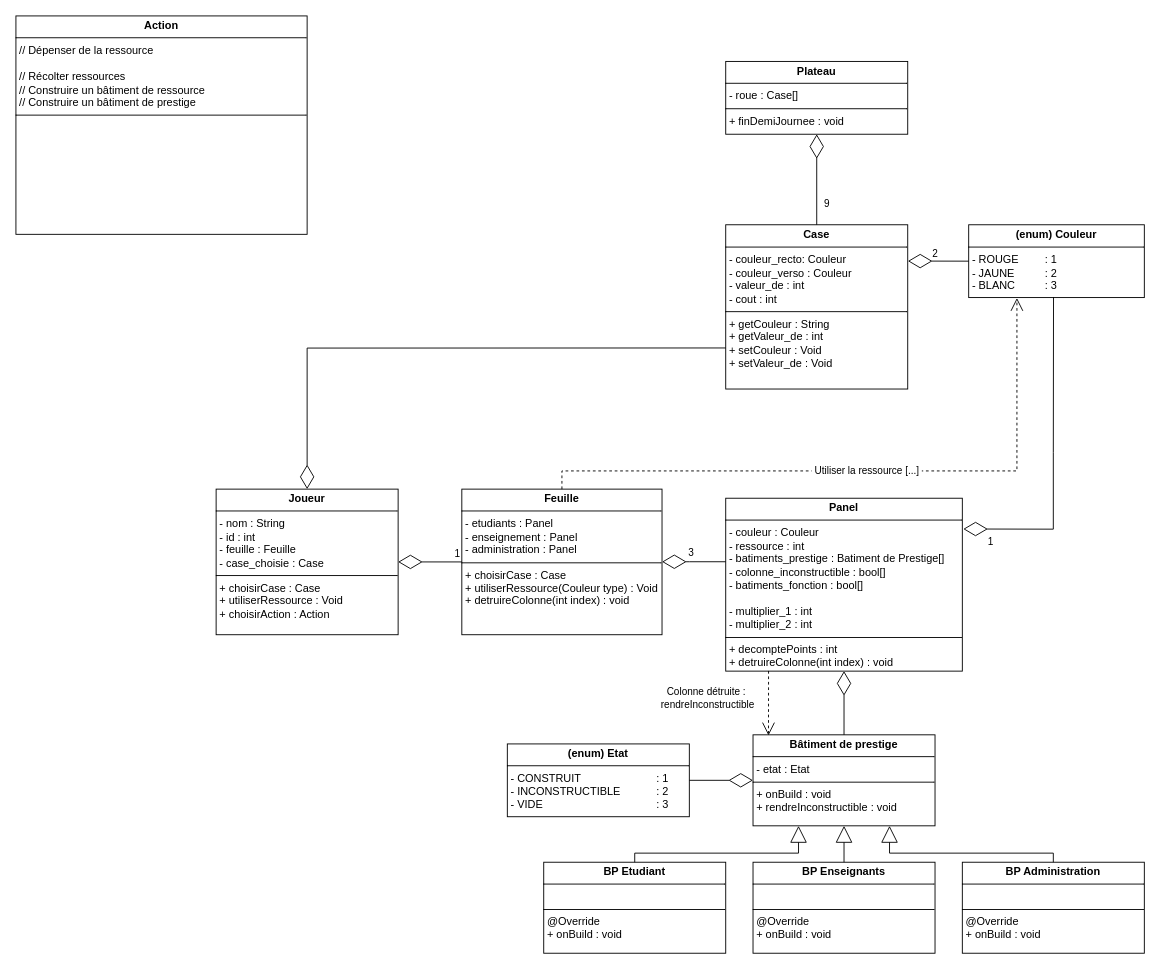
Before: diagrammeClassTroyes-Dice.drawio in AntoineMilochevitch/Troyes-Dice, a draw.io diagram. Source tidied: cells renumbered, new cells numbered last; positions are measured from the earlier drawing's top-left corner, leaving out a move shared by most shapes. Both pictures are drawn from the tidied source at 91%, with x=0, y=0 at pixel (15, 15).
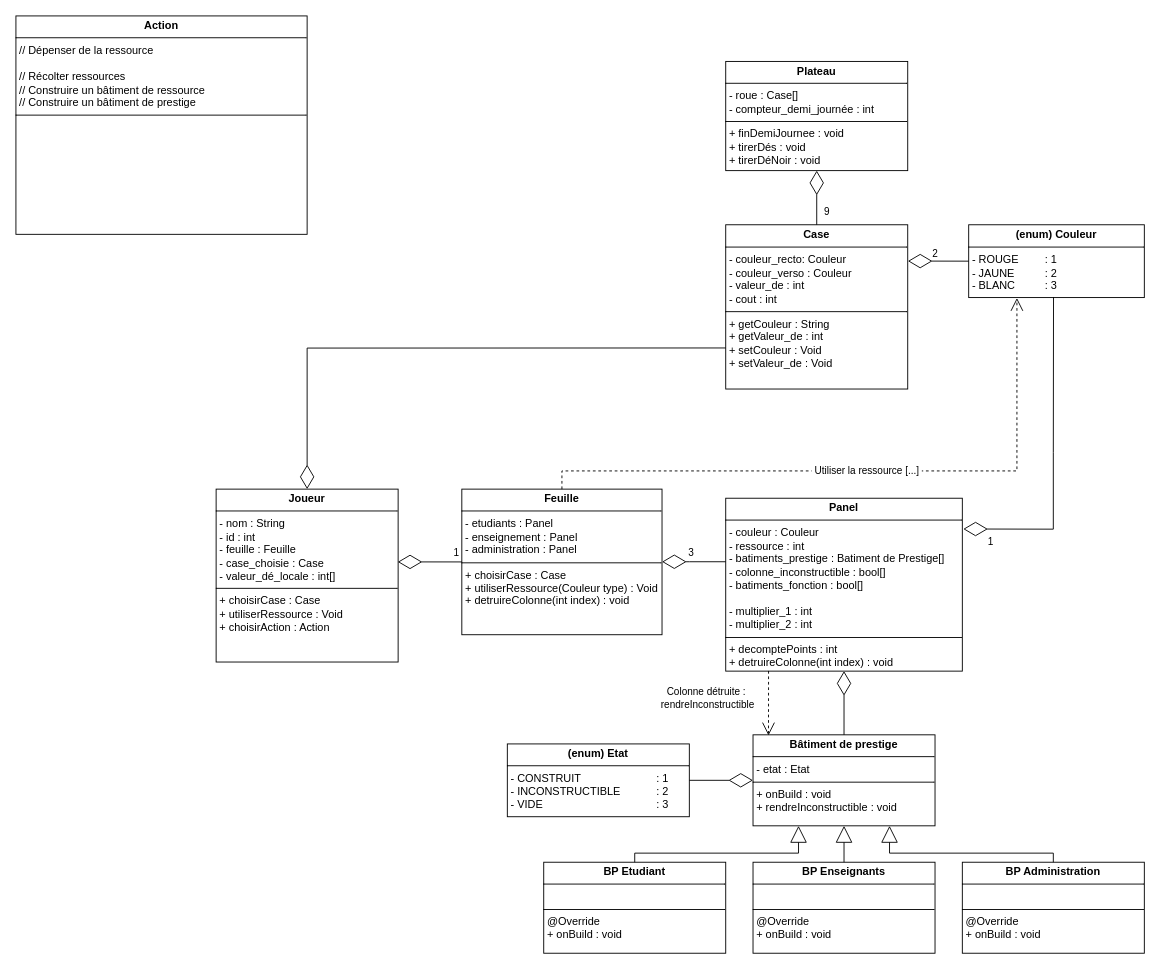
The same page after the edit.

Commit message:
Mettre à jour diagrammeClassTroyes-Dice.drawio

The change refers to these unchanged cells:
```xml
<mxCell id="4" value="&lt;p style=&quot;margin:0px;margin-top:4px;text-align:center;&quot;&gt;&lt;b&gt;Feuille&lt;/b&gt;&lt;/p&gt;&lt;hr size=&quot;1&quot; style=&quot;border-style:solid;&quot;&gt;&lt;p style=&quot;margin: 0px 0px 0px 4px;&quot;&gt;- etudiants : Panel&lt;/p&gt;&lt;p style=&quot;margin: 0px 0px 0px 4px;&quot;&gt;- enseignement : Panel&lt;/p&gt;&lt;p style=&quot;margin: 0px 0px 0px 4px;&quot;&gt;- administration : Panel&lt;/p&gt;&lt;hr size=&quot;1&quot; style=&quot;border-style:solid;&quot;&gt;&lt;p style=&quot;margin:0px;margin-left:4px;&quot;&gt;&lt;span style=&quot;background-color: initial;&quot;&gt;+ choisirCase : Case&lt;/span&gt;&lt;/p&gt;&lt;p style=&quot;margin:0px;margin-left:4px;&quot;&gt;+ utiliserRessource(Couleur type) : Void&lt;/p&gt;&lt;p style=&quot;margin:0px;margin-left:4px;&quot;&gt;+ detruireColonne(int index) : void&lt;/p&gt;" style="verticalAlign=top;align=left;overflow=fill;html=1;whiteSpace=wrap;" parent="1" vertex="1">
  <mxGeometry x="490" y="520" width="220" height="160" as="geometry" />
</mxCell>
```

Change to the diagram source:
```diff
@@
-    <mxCell id="2" value="&lt;p style=&quot;margin:0px;margin-top:4px;text-align:center;&quot;&gt;&lt;b&gt;Joueur&lt;/b&gt;&lt;/p&gt;&lt;hr size=&quot;1&quot; style=&quot;border-style:solid;&quot;&gt;&lt;p style=&quot;margin:0px;margin-left:4px;&quot;&gt;- nom : String&lt;/p&gt;&lt;p style=&quot;margin:0px;margin-left:4px;&quot;&gt;- id : int&lt;/p&gt;&lt;p style=&quot;margin:0px;margin-left:4px;&quot;&gt;- feuille : Feuille&lt;/p&gt;&lt;p style=&quot;margin:0px;margin-left:4px;&quot;&gt;- case_choisie : Case&lt;/p&gt;&lt;hr size=&quot;1&quot; style=&quot;border-style:solid;&quot;&gt;&lt;p style=&quot;margin:0px;margin-left:4px;&quot;&gt;+ choisirCase : Case&lt;/p&gt;&lt;p style=&quot;margin:0px;margin-left:4px;&quot;&gt;+ utiliserRessource : Void&lt;/p&gt;&lt;p style=&quot;margin:0px;margin-left:4px;&quot;&gt;+ choisirAction : Action&lt;/p&gt;" style="verticalAlign=top;align=left;overflow=fill;html=1;whiteSpace=wrap;" parent="1" vertex="1">
-      <mxGeometry x="220" y="520" width="200" height="160" as="geometry" />
+    <mxCell id="2" value="&lt;p style=&quot;margin:0px;margin-top:4px;text-align:center;&quot;&gt;&lt;b&gt;Joueur&lt;/b&gt;&lt;/p&gt;&lt;hr size=&quot;1&quot; style=&quot;border-style:solid;&quot;&gt;&lt;p style=&quot;margin:0px;margin-left:4px;&quot;&gt;- nom : String&lt;/p&gt;&lt;p style=&quot;margin:0px;margin-left:4px;&quot;&gt;- id : int&lt;/p&gt;&lt;p style=&quot;margin:0px;margin-left:4px;&quot;&gt;- feuille : Feuille&lt;/p&gt;&lt;p style=&quot;margin:0px;margin-left:4px;&quot;&gt;- case_choisie : Case&lt;/p&gt;&lt;p style=&quot;margin:0px;margin-left:4px;&quot;&gt;- valeur_dé_locale : int[]&lt;/p&gt;&lt;hr size=&quot;1&quot; style=&quot;border-style:solid;&quot;&gt;&lt;p style=&quot;margin:0px;margin-left:4px;&quot;&gt;+ choisirCase : Case&lt;/p&gt;&lt;p style=&quot;margin:0px;margin-left:4px;&quot;&gt;+ utiliserRessource : Void&lt;/p&gt;&lt;p style=&quot;margin:0px;margin-left:4px;&quot;&gt;+ choisirAction : Action&lt;/p&gt;" style="verticalAlign=top;align=left;overflow=fill;html=1;whiteSpace=wrap;" parent="1" vertex="1">
+      <mxGeometry x="220" y="520" width="200" height="190" as="geometry" />
     </mxCell>
@@
-    <mxCell id="5" style="endArrow=diamondThin;endFill=0;endSize=24;html=1;rounded=0;exitX=0;exitY=0.5;exitDx=0;exitDy=0;entryX=1;entryY=0.5;entryDx=0;entryDy=0;" parent="1" edge="1" source="4" target="2">
+    <mxCell id="5" style="endArrow=diamondThin;endFill=0;endSize=24;html=1;rounded=0;exitX=0;exitY=0.5;exitDx=0;exitDy=0;entryX=0.998;entryY=0.421;entryDx=0;entryDy=0;entryPerimeter=0;" parent="1" edge="1" source="4" target="2">
       <mxGeometry relative="1" as="geometry" />
     </mxCell>
@@
-    <mxCell id="8" value="&lt;p style=&quot;margin:0px;margin-top:4px;text-align:center;&quot;&gt;&lt;b&gt;Plateau&lt;/b&gt;&lt;/p&gt;&lt;hr size=&quot;1&quot; style=&quot;border-style:solid;&quot;&gt;&lt;p style=&quot;margin:0px;margin-left:4px;&quot;&gt;- roue : Case[]&lt;/p&gt;&lt;hr size=&quot;1&quot; style=&quot;border-style:solid;&quot;&gt;&lt;p style=&quot;margin:0px;margin-left:4px;&quot;&gt;+ finDemiJournee : void&lt;/p&gt;" style="verticalAlign=top;align=left;overflow=fill;html=1;whiteSpace=wrap;" parent="1" vertex="1">
-      <mxGeometry x="780" y="50" width="200" height="80" as="geometry" />
+    <mxCell id="8" value="&lt;p style=&quot;margin:0px;margin-top:4px;text-align:center;&quot;&gt;&lt;b&gt;Plateau&lt;/b&gt;&lt;/p&gt;&lt;hr size=&quot;1&quot; style=&quot;border-style:solid;&quot;&gt;&lt;p style=&quot;margin:0px;margin-left:4px;&quot;&gt;- roue : Case[]&lt;/p&gt;&lt;p style=&quot;margin:0px;margin-left:4px;&quot;&gt;- compteur_demi_journée : int&lt;/p&gt;&lt;hr size=&quot;1&quot; style=&quot;border-style:solid;&quot;&gt;&lt;p style=&quot;margin:0px;margin-left:4px;&quot;&gt;+ finDemiJournee : void&lt;/p&gt;&lt;p style=&quot;margin:0px;margin-left:4px;&quot;&gt;+ tirerDés : void&lt;/p&gt;&lt;p style=&quot;margin:0px;margin-left:4px;&quot;&gt;+ tirerDéNoir : void&lt;/p&gt;" style="verticalAlign=top;align=left;overflow=fill;html=1;whiteSpace=wrap;" parent="1" vertex="1">
+      <mxGeometry x="780" y="50" width="200" height="120" as="geometry" />
     </mxCell>
```
